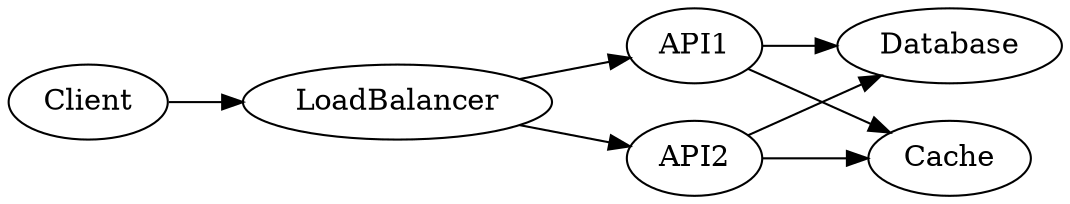
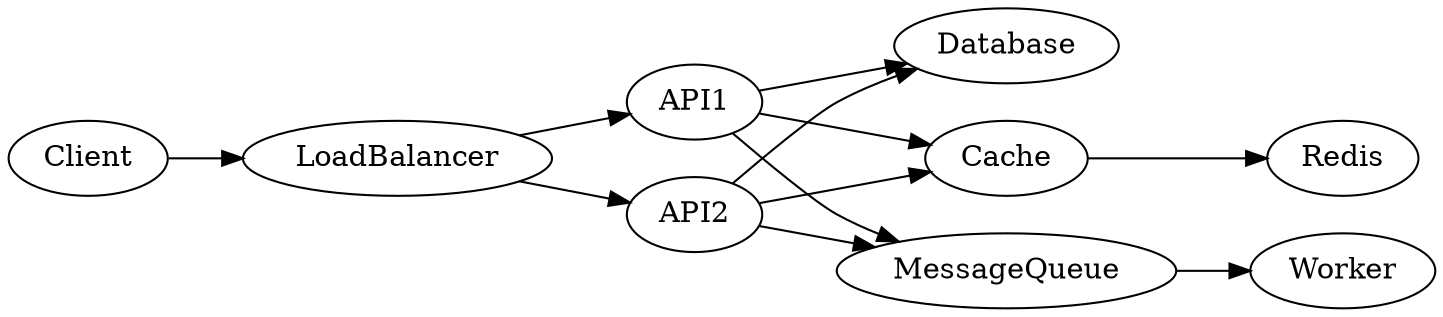
digraph infra {
    rankdir=LR
    Client -> LoadBalancer
    LoadBalancer -> API1
    LoadBalancer -> API2
    API1 -> Database
    API2 -> Database
    API1 -> Cache
    API2 -> Cache
+     Cache -> Redis
+     API1 -> MessageQueue
+     API2 -> MessageQueue
+     MessageQueue -> Worker
}
